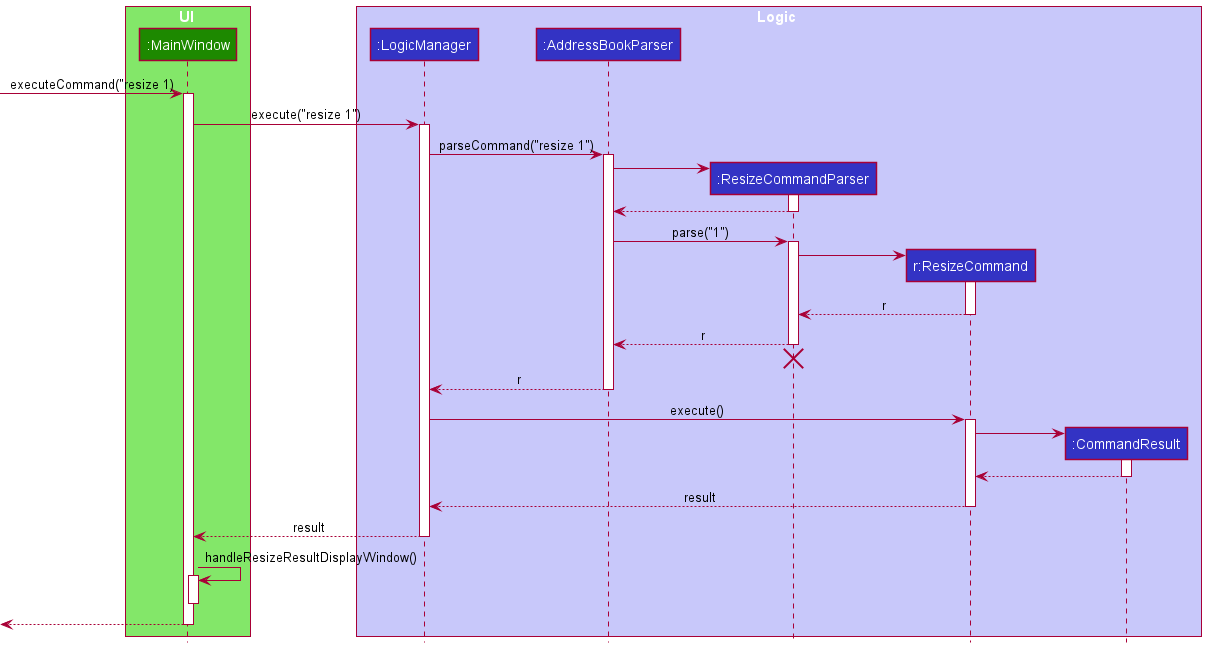
Above: docs/images/ResizeFeatureSequenceDiagram.png in nus-cs2103-AY2122S2/tp (PlantUML), before the change. The source it was exported from:
```plantuml
@startuml
!include style.puml

box UI UI_COLOR_T1
participant ":MainWindow" as MainWindow UI_COLOR
end box

box Logic LOGIC_COLOR_T1
participant ":LogicManager" as LogicManager LOGIC_COLOR
participant ":AddressBookParser" as AddressBookParser LOGIC_COLOR
participant ":ResizeCommandParser" as ResizeCommandParser LOGIC_COLOR
participant "r:ResizeCommand" as ResizeCommand LOGIC_COLOR
participant ":CommandResult" as CommandResult LOGIC_COLOR
end box

[->MainWindow : executeCommand("resize 1)
activate MainWindow

MainWindow-> LogicManager : execute("resize 1")
activate LogicManager

LogicManager -> AddressBookParser : parseCommand("resize 1")
activate AddressBookParser

create ResizeCommandParser
AddressBookParser -> ResizeCommandParser
activate ResizeCommandParser

ResizeCommandParser --> AddressBookParser
deactivate ResizeCommandParser

AddressBookParser -> ResizeCommandParser : parse("1")
activate ResizeCommandParser

create ResizeCommand
ResizeCommandParser -> ResizeCommand
activate ResizeCommand

ResizeCommand --> ResizeCommandParser : r
deactivate ResizeCommand

ResizeCommandParser --> AddressBookParser : r
deactivate ResizeCommandParser
ResizeCommandParser -[hidden]-> AddressBookParser
destroy ResizeCommandParser

AddressBookParser --> LogicManager : r
deactivate AddressBookParser

LogicManager -> ResizeCommand : execute()
activate ResizeCommand


create CommandResult
ResizeCommand -> CommandResult
activate CommandResult

CommandResult --> ResizeCommand
deactivate CommandResult

ResizeCommand --> LogicManager : result
deactivate ResizeCommand

MainWindow <--LogicManager : result
deactivate LogicManager

MainWindow -> MainWindow : handleResizeResultDisplayWindow()
activate MainWindow
deactivate MainWindow

[<--MainWindow
deactivate MainWindow
@enduml
```
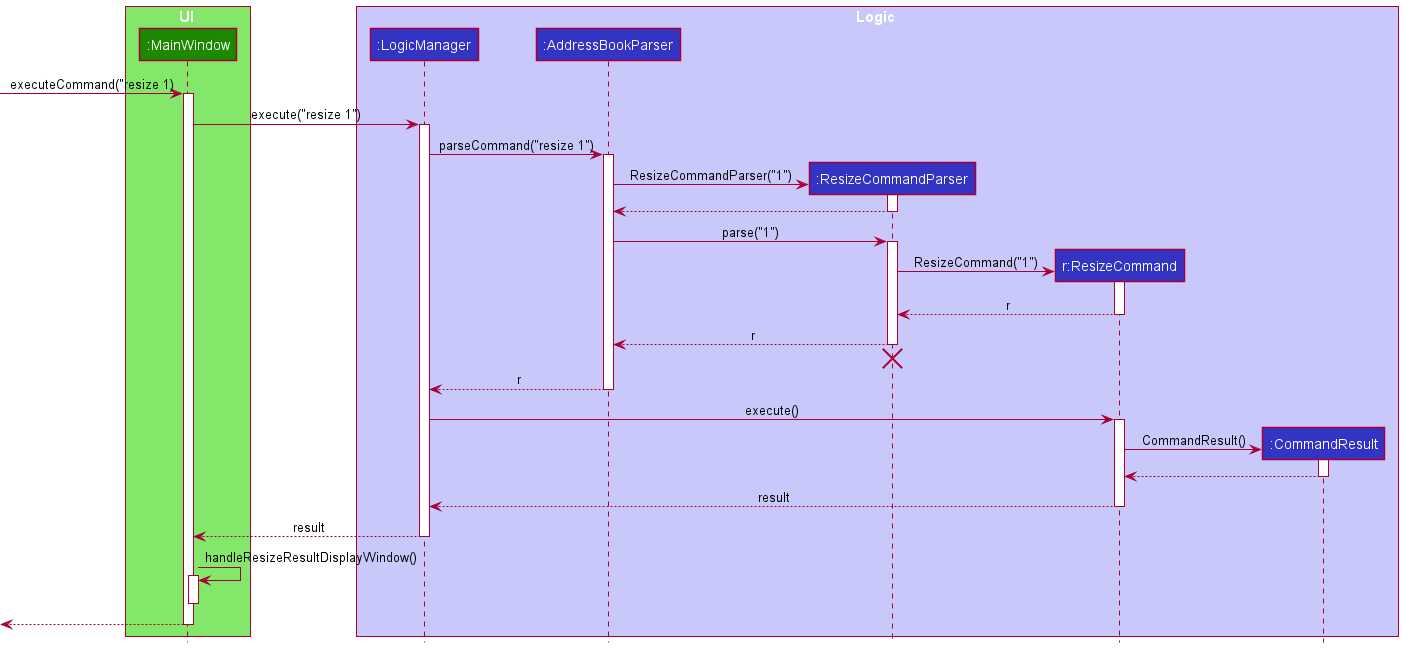
Later version of the same file.

What changed in the source:
```diff
@@ -23,7 +23,7 @@
 activate AddressBookParser
 
 create ResizeCommandParser
-AddressBookParser -> ResizeCommandParser
+AddressBookParser -> ResizeCommandParser : ResizeCommandParser("1")
 activate ResizeCommandParser
 
 ResizeCommandParser --> AddressBookParser
@@ -33,7 +33,7 @@
 activate ResizeCommandParser
 
 create ResizeCommand
-ResizeCommandParser -> ResizeCommand
+ResizeCommandParser -> ResizeCommand : ResizeCommand("1")
 activate ResizeCommand
 
 ResizeCommand --> ResizeCommandParser : r
@@ -52,7 +52,7 @@
 
 
 create CommandResult
-ResizeCommand -> CommandResult
+ResizeCommand -> CommandResult : CommandResult()
 activate CommandResult
 
 CommandResult --> ResizeCommand
```
